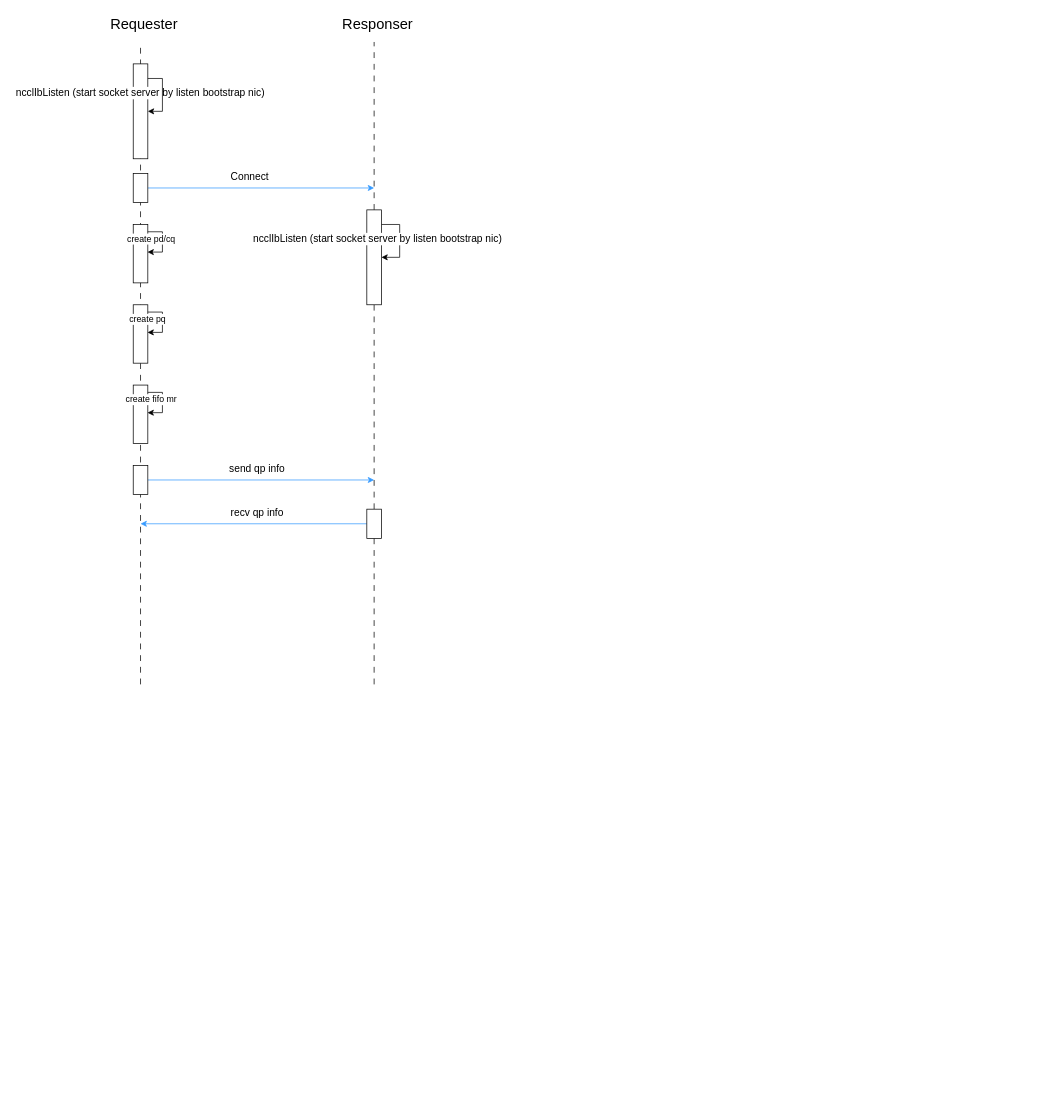
This is page "nccl-communication" (5 of 5) of infiniband.drawio from wehyy/my-world, a draw.io file, before an edit. Source tidied: cells renumbered, new cells numbered last; positions are measured from the earlier drawing's top-left corner, leaving out a move shared by most shapes. Both pictures are drawn from the tidied source at 73%, with x=0, y=0 at pixel (12, 12).
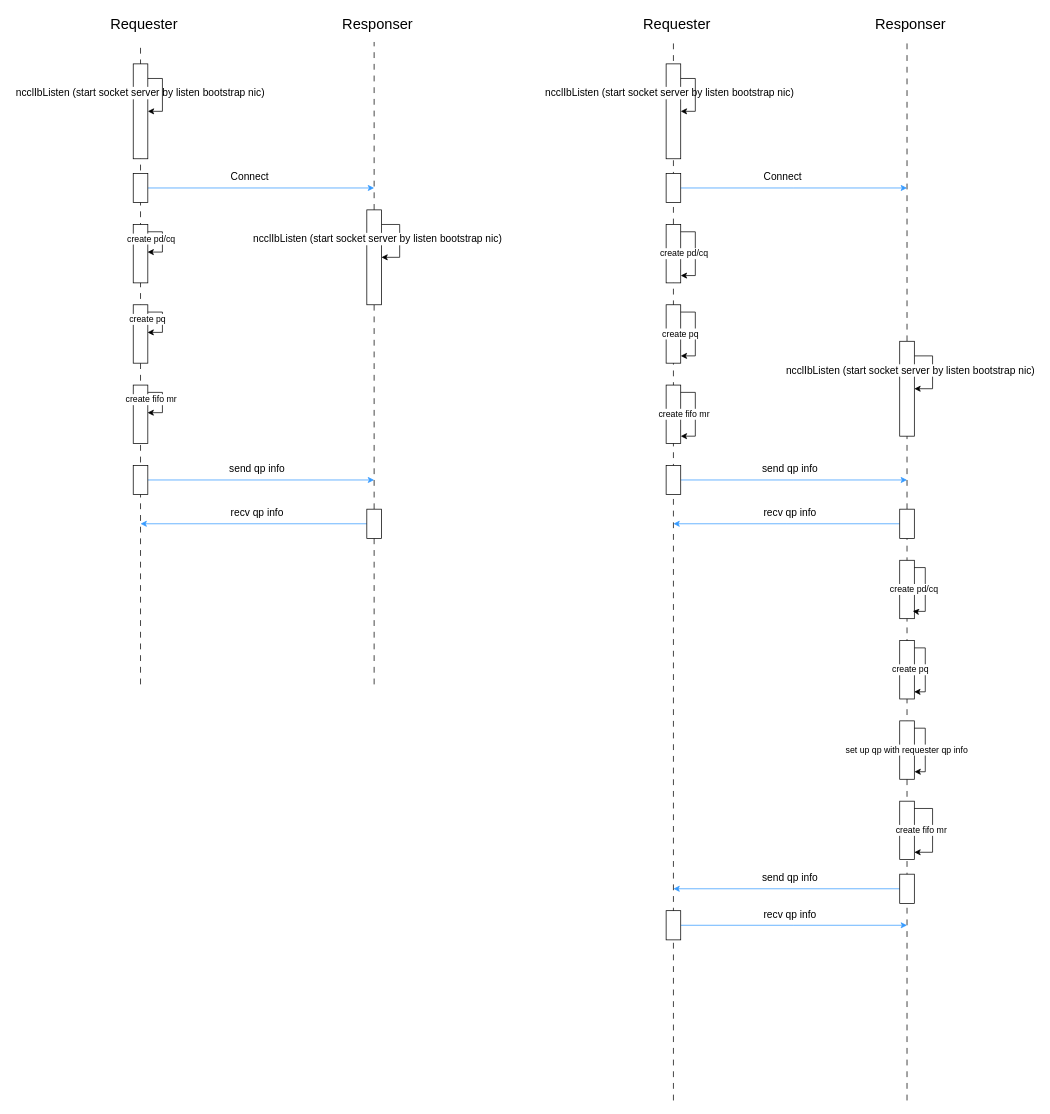
The same page after the edit.

What changed in the source:
```diff
@@
+    <mxCell id="32" value="Requester" style="text;strokeColor=none;align=center;fillColor=none;html=1;verticalAlign=middle;whiteSpace=wrap;rounded=0;fontFamily=Helvetica;fontSize=20;fontColor=default;labelBackgroundColor=none;" parent="1" vertex="1">
+      <mxGeometry x="845" width="130" height="30" as="geometry" />
+    </mxCell>
+    <mxCell id="33" value="Responser" style="text;strokeColor=none;align=center;fillColor=none;html=1;verticalAlign=middle;whiteSpace=wrap;rounded=0;fontFamily=Helvetica;fontSize=20;fontColor=default;labelBackgroundColor=none;" parent="1" vertex="1">
+      <mxGeometry x="1165" width="130" height="30" as="geometry" />
+    </mxCell>
+    <mxCell id="34" style="endArrow=none;html=1;rounded=0;strokeColor=#000000;align=center;verticalAlign=middle;fontFamily=Helvetica;fontSize=24;fontColor=default;labelBackgroundColor=none;fillColor=#dae8fc;dashed=1;dashPattern=8 8;" parent="1" edge="1">
+      <mxGeometry relative="1" as="geometry">
+        <mxPoint x="905" y="1490" as="sourcePoint" />
+        <mxPoint x="905" y="40" as="targetPoint" />
+      </mxGeometry>
+    </mxCell>
+    <mxCell id="35" style="endArrow=none;html=1;rounded=0;strokeColor=#000000;align=center;verticalAlign=middle;fontFamily=Helvetica;fontSize=24;fontColor=default;labelBackgroundColor=none;fillColor=#dae8fc;dashed=1;dashPattern=8 8;" parent="1" edge="1" source="56">
+      <mxGeometry relative="1" as="geometry">
+        <mxPoint x="1225" y="40" as="targetPoint" />
+      </mxGeometry>
+    </mxCell>
+    <mxCell id="36" style="rounded=0;whiteSpace=wrap;html=1;align=center;verticalAlign=middle;fontFamily=Helvetica;fontSize=20;labelBackgroundColor=none;" parent="1" vertex="1">
+      <mxGeometry x="895" y="70" width="20" height="130" as="geometry" />
+    </mxCell>
+    <mxCell id="37" value="ncclIbListen (start socket server by listen bootstrap nic)" style="text;strokeColor=none;align=center;fillColor=none;html=1;verticalAlign=middle;whiteSpace=wrap;rounded=0;fontFamily=Helvetica;fontSize=14;fontColor=default;labelBackgroundColor=default;labelBorderColor=none;" parent="1" vertex="1">
+      <mxGeometry x="725" y="100" width="350" height="20" as="geometry" />
+    </mxCell>
+    <mxCell id="38" style="edgeStyle=orthogonalEdgeStyle;rounded=0;orthogonalLoop=1;jettySize=auto;html=1;entryX=1;entryY=0.5;entryDx=0;entryDy=0;strokeColor=#000000;align=center;verticalAlign=middle;fontFamily=Helvetica;fontSize=14;fontColor=default;labelBackgroundColor=none;endArrow=classic;fillColor=#dae8fc;" parent="1" edge="1" source="36" target="36">
+      <mxGeometry relative="1" as="geometry">
+        <Array as="points">
+          <mxPoint x="935" y="90" />
+          <mxPoint x="935" y="135" />
+        </Array>
+      </mxGeometry>
+    </mxCell>
+    <mxCell id="39" style="edgeStyle=orthogonalEdgeStyle;rounded=0;jettySize=auto;html=1;strokeColor=#3399FF;align=center;verticalAlign=middle;fontFamily=Helvetica;fontSize=14;fontColor=default;labelBackgroundColor=none;endArrow=classic;fillColor=#dae8fc;" parent="1" edge="1" source="40">
+      <mxGeometry relative="1" as="geometry">
+        <mxPoint x="1225" y="240" as="targetPoint" />
+      </mxGeometry>
+    </mxCell>
+    <mxCell id="40" style="rounded=0;whiteSpace=wrap;html=1;align=center;verticalAlign=middle;fontFamily=Helvetica;fontSize=20;labelBackgroundColor=none;" parent="1" vertex="1">
+      <mxGeometry x="895" y="220" width="20" height="40" as="geometry" />
+    </mxCell>
+    <mxCell id="41" style="rounded=0;whiteSpace=wrap;html=1;align=center;verticalAlign=middle;fontFamily=Helvetica;fontSize=20;labelBackgroundColor=none;" parent="1" vertex="1">
+      <mxGeometry x="895" y="290" width="20" height="80" as="geometry" />
+    </mxCell>
+    <mxCell id="42" value="Connect" style="text;strokeColor=none;align=center;fillColor=none;html=1;verticalAlign=middle;whiteSpace=wrap;rounded=0;fontFamily=Helvetica;fontSize=14;fontColor=default;labelBackgroundColor=none;" parent="1" vertex="1">
+      <mxGeometry x="1025" y="210" width="60" height="30" as="geometry" />
+    </mxCell>
+    <mxCell id="43" style="edgeStyle=orthogonalEdgeStyle;rounded=0;orthogonalLoop=1;jettySize=auto;html=1;" parent="1" edge="1" source="41" target="41">
+      <mxGeometry relative="1" as="geometry">
+        <Array as="points">
+          <mxPoint x="935" y="300" />
+          <mxPoint x="935" y="360" />
+        </Array>
+      </mxGeometry>
+    </mxCell>
+    <mxCell id="44" style="rounded=0;whiteSpace=wrap;html=1;align=center;verticalAlign=middle;fontFamily=Helvetica;fontSize=20;labelBackgroundColor=none;" parent="1" vertex="1">
+      <mxGeometry x="895" y="400" width="20" height="80" as="geometry" />
+    </mxCell>
+    <mxCell id="45" style="edgeStyle=orthogonalEdgeStyle;rounded=0;orthogonalLoop=1;jettySize=auto;html=1;" parent="1" edge="1" source="44" target="44">
+      <mxGeometry relative="1" as="geometry">
+        <Array as="points">
+          <mxPoint x="935" y="410" />
+          <mxPoint x="935" y="470" />
+        </Array>
+      </mxGeometry>
+    </mxCell>
+    <mxCell id="46" value="create pd/cq" style="text;strokeColor=none;align=center;fillColor=none;html=1;verticalAlign=middle;whiteSpace=wrap;rounded=0;labelBackgroundColor=default;" parent="1" vertex="1">
+      <mxGeometry x="885" y="320" width="70" height="20" as="geometry" />
+    </mxCell>
+    <mxCell id="47" value="create pq" style="text;strokeColor=none;align=center;fillColor=none;html=1;verticalAlign=middle;whiteSpace=wrap;rounded=0;labelBackgroundColor=default;" parent="1" vertex="1">
+      <mxGeometry x="875" y="430" width="80" height="20" as="geometry" />
+    </mxCell>
+    <mxCell id="48" style="rounded=0;whiteSpace=wrap;html=1;align=center;verticalAlign=middle;fontFamily=Helvetica;fontSize=20;labelBackgroundColor=none;" parent="1" vertex="1">
+      <mxGeometry x="895" y="510" width="20" height="80" as="geometry" />
+    </mxCell>
+    <mxCell id="49" style="edgeStyle=orthogonalEdgeStyle;rounded=0;orthogonalLoop=1;jettySize=auto;html=1;" parent="1" edge="1" source="48" target="48">
+      <mxGeometry relative="1" as="geometry">
+        <Array as="points">
+          <mxPoint x="935" y="520" />
+          <mxPoint x="935" y="580" />
+        </Array>
+      </mxGeometry>
+    </mxCell>
+    <mxCell id="50" value="create fifo mr" style="text;strokeColor=none;align=center;fillColor=none;html=1;verticalAlign=middle;whiteSpace=wrap;rounded=0;labelBackgroundColor=default;" parent="1" vertex="1">
+      <mxGeometry x="875" y="540" width="90" height="20" as="geometry" />
+    </mxCell>
+    <mxCell id="51" style="edgeStyle=orthogonalEdgeStyle;rounded=0;jettySize=auto;html=1;strokeColor=#3399FF;align=center;verticalAlign=middle;fontFamily=Helvetica;fontSize=14;fontColor=default;labelBackgroundColor=none;endArrow=classic;fillColor=#dae8fc;" parent="1" edge="1" source="52">
+      <mxGeometry relative="1" as="geometry">
+        <mxPoint x="1225" y="640" as="targetPoint" />
+      </mxGeometry>
+    </mxCell>
+    <mxCell id="52" style="rounded=0;whiteSpace=wrap;html=1;align=center;verticalAlign=middle;fontFamily=Helvetica;fontSize=20;labelBackgroundColor=none;" parent="1" vertex="1">
+      <mxGeometry x="895" y="620" width="20" height="40" as="geometry" />
+    </mxCell>
+    <mxCell id="53" value="send qp info" style="text;strokeColor=none;align=center;fillColor=none;html=1;verticalAlign=middle;whiteSpace=wrap;rounded=0;fontFamily=Helvetica;fontSize=14;fontColor=default;labelBackgroundColor=none;" parent="1" vertex="1">
+      <mxGeometry x="1025" y="610" width="80" height="30" as="geometry" />
+    </mxCell>
+    <mxCell id="54" style="edgeStyle=orthogonalEdgeStyle;rounded=0;orthogonalLoop=1;jettySize=auto;html=1;entryX=1;entryY=0.5;entryDx=0;entryDy=0;strokeColor=#000000;align=center;verticalAlign=middle;fontFamily=Helvetica;fontSize=14;fontColor=default;labelBackgroundColor=none;endArrow=classic;fillColor=#dae8fc;" parent="1" edge="1" source="56" target="56">
+      <mxGeometry relative="1" as="geometry">
+        <Array as="points">
+          <mxPoint x="1260" y="470" />
+          <mxPoint x="1260" y="515" />
+        </Array>
+      </mxGeometry>
+    </mxCell>
+    <mxCell id="55" style="endArrow=none;html=1;rounded=0;strokeColor=#000000;align=center;verticalAlign=middle;fontFamily=Helvetica;fontSize=24;fontColor=default;labelBackgroundColor=none;fillColor=#dae8fc;dashed=1;dashPattern=8 8;" parent="1" edge="1" source="60" target="56">
+      <mxGeometry relative="1" as="geometry" />
+    </mxCell>
+    <mxCell id="56" style="rounded=0;whiteSpace=wrap;html=1;align=center;verticalAlign=middle;fontFamily=Helvetica;fontSize=20;labelBackgroundColor=none;" parent="1" vertex="1">
+      <mxGeometry x="1215" y="450" width="20" height="130" as="geometry" />
+    </mxCell>
+    <mxCell id="57" value="ncclIbListen (start socket server by listen bootstrap nic)" style="text;strokeColor=none;align=center;fillColor=none;html=1;verticalAlign=middle;whiteSpace=wrap;rounded=0;fontFamily=Helvetica;fontSize=14;fontColor=default;labelBackgroundColor=default;" parent="1" vertex="1">
+      <mxGeometry x="1055" y="480" width="350" height="20" as="geometry" />
+    </mxCell>
+    <mxCell id="58" style="endArrow=none;html=1;rounded=0;strokeColor=#000000;align=center;verticalAlign=middle;fontFamily=Helvetica;fontSize=24;fontColor=default;labelBackgroundColor=none;fillColor=#dae8fc;dashed=1;dashPattern=8 8;" parent="1" edge="1" target="60">
+      <mxGeometry relative="1" as="geometry">
+        <mxPoint x="1225" y="1490" as="sourcePoint" />
+      </mxGeometry>
+    </mxCell>
+    <mxCell id="59" style="edgeStyle=orthogonalEdgeStyle;rounded=0;jettySize=auto;html=1;fontColor=#3399FF;strokeColor=#3399FF;" parent="1" edge="1" source="60">
+      <mxGeometry relative="1" as="geometry">
+        <mxPoint x="905" y="700" as="targetPoint" />
+      </mxGeometry>
+    </mxCell>
+    <mxCell id="60" style="rounded=0;whiteSpace=wrap;html=1;align=center;verticalAlign=middle;fontFamily=Helvetica;fontSize=20;labelBackgroundColor=none;" parent="1" vertex="1">
+      <mxGeometry x="1215" y="680" width="20" height="40" as="geometry" />
+    </mxCell>
+    <mxCell id="61" value="recv qp info" style="text;strokeColor=none;align=center;fillColor=none;html=1;verticalAlign=middle;whiteSpace=wrap;rounded=0;fontFamily=Helvetica;fontSize=14;fontColor=default;labelBackgroundColor=none;" parent="1" vertex="1">
+      <mxGeometry x="1025" y="670" width="80" height="30" as="geometry" />
+    </mxCell>
+    <mxCell id="62" style="rounded=0;whiteSpace=wrap;html=1;align=center;verticalAlign=middle;fontFamily=Helvetica;fontSize=20;labelBackgroundColor=none;" parent="1" vertex="1">
+      <mxGeometry x="1215" y="750" width="20" height="80" as="geometry" />
+    </mxCell>
+    <mxCell id="63" style="edgeStyle=orthogonalEdgeStyle;rounded=0;orthogonalLoop=1;jettySize=auto;html=1;entryX=0.894;entryY=0.872;entryDx=0;entryDy=0;entryPerimeter=0;" parent="1" edge="1" source="62" target="62">
+      <mxGeometry relative="1" as="geometry">
+        <Array as="points">
+          <mxPoint x="1250" y="760" />
+          <mxPoint x="1250" y="820" />
+          <mxPoint x="1235" y="820" />
+        </Array>
+      </mxGeometry>
+    </mxCell>
+    <mxCell id="64" style="edgeStyle=orthogonalEdgeStyle;rounded=0;orthogonalLoop=1;jettySize=auto;html=1;entryX=0.992;entryY=0.878;entryDx=0;entryDy=0;entryPerimeter=0;" parent="1" edge="1" source="70" target="70">
+      <mxGeometry relative="1" as="geometry">
+        <Array as="points">
+          <mxPoint x="1250" y="870" />
+          <mxPoint x="1250" y="930" />
+          <mxPoint x="1235" y="930" />
+        </Array>
+      </mxGeometry>
+    </mxCell>
+    <mxCell id="65" value="create pd/cq" style="text;strokeColor=none;align=center;fillColor=none;html=1;verticalAlign=middle;whiteSpace=wrap;rounded=0;labelBackgroundColor=default;" parent="1" vertex="1">
+      <mxGeometry x="1200" y="780" width="70" height="20" as="geometry" />
+    </mxCell>
+    <mxCell id="66" style="rounded=0;whiteSpace=wrap;html=1;align=center;verticalAlign=middle;fontFamily=Helvetica;fontSize=20;labelBackgroundColor=none;" parent="1" vertex="1">
+      <mxGeometry x="1215" y="970" width="20" height="80" as="geometry" />
+    </mxCell>
+    <mxCell id="67" style="edgeStyle=orthogonalEdgeStyle;rounded=0;orthogonalLoop=1;jettySize=auto;html=1;entryX=1.01;entryY=0.871;entryDx=0;entryDy=0;entryPerimeter=0;" parent="1" edge="1" source="66" target="66">
+      <mxGeometry relative="1" as="geometry">
+        <Array as="points">
+          <mxPoint x="1250" y="980" />
+          <mxPoint x="1250" y="1040" />
+          <mxPoint x="1235" y="1040" />
+        </Array>
+      </mxGeometry>
+    </mxCell>
+    <mxCell id="68" value="set up qp with requester qp info" style="text;strokeColor=none;align=center;fillColor=none;html=1;verticalAlign=middle;whiteSpace=wrap;rounded=0;labelBackgroundColor=default;" parent="1" vertex="1">
+      <mxGeometry x="1130" y="1000" width="190" height="20" as="geometry" />
+    </mxCell>
+    <mxCell id="69" style="endArrow=none;html=1;rounded=0;strokeColor=#000000;align=center;verticalAlign=middle;fontFamily=Helvetica;fontSize=24;fontColor=default;labelBackgroundColor=none;fillColor=#dae8fc;dashed=1;dashPattern=8 8;" parent="1" edge="1" target="70">
+      <mxGeometry relative="1" as="geometry">
+        <mxPoint x="1225" y="930" as="sourcePoint" />
+      </mxGeometry>
+    </mxCell>
+    <mxCell id="70" style="rounded=0;whiteSpace=wrap;html=1;align=center;verticalAlign=middle;fontFamily=Helvetica;fontSize=20;labelBackgroundColor=none;" parent="1" vertex="1">
+      <mxGeometry x="1215" y="860" width="20" height="80" as="geometry" />
+    </mxCell>
+    <mxCell id="71" value="create pq" style="text;strokeColor=none;align=center;fillColor=none;html=1;verticalAlign=middle;whiteSpace=wrap;rounded=0;labelBackgroundColor=default;" parent="1" vertex="1">
+      <mxGeometry x="1190" y="890" width="80" height="20" as="geometry" />
+    </mxCell>
+    <mxCell id="72" style="rounded=0;whiteSpace=wrap;html=1;align=center;verticalAlign=middle;fontFamily=Helvetica;fontSize=20;labelBackgroundColor=none;" parent="1" vertex="1">
+      <mxGeometry x="1215" y="1080" width="20" height="80" as="geometry" />
+    </mxCell>
+    <mxCell id="73" style="edgeStyle=orthogonalEdgeStyle;rounded=0;orthogonalLoop=1;jettySize=auto;html=1;" parent="1" edge="1" source="72" target="72">
+      <mxGeometry relative="1" as="geometry">
+        <Array as="points">
+          <mxPoint x="1260" y="1090" />
+          <mxPoint x="1260" y="1150" />
+        </Array>
+      </mxGeometry>
+    </mxCell>
+    <mxCell id="74" value="create fifo mr" style="text;strokeColor=none;align=center;fillColor=none;html=1;verticalAlign=middle;whiteSpace=wrap;rounded=0;labelBackgroundColor=default;" parent="1" vertex="1">
+      <mxGeometry x="1200" y="1110" width="90" height="20" as="geometry" />
+    </mxCell>
+    <mxCell id="75" style="edgeStyle=orthogonalEdgeStyle;rounded=0;jettySize=auto;html=1;fontColor=#3399FF;strokeColor=#3399FF;" parent="1" edge="1" source="76">
+      <mxGeometry relative="1" as="geometry">
+        <mxPoint x="905" y="1200" as="targetPoint" />
+      </mxGeometry>
+    </mxCell>
+    <mxCell id="76" style="rounded=0;whiteSpace=wrap;html=1;align=center;verticalAlign=middle;fontFamily=Helvetica;fontSize=20;labelBackgroundColor=none;" parent="1" vertex="1">
+      <mxGeometry x="1215" y="1180" width="20" height="40" as="geometry" />
+    </mxCell>
+    <mxCell id="77" value="send qp info" style="text;strokeColor=none;align=center;fillColor=none;html=1;verticalAlign=middle;whiteSpace=wrap;rounded=0;fontFamily=Helvetica;fontSize=14;fontColor=default;labelBackgroundColor=none;" parent="1" vertex="1">
+      <mxGeometry x="1025" y="1170" width="80" height="30" as="geometry" />
+    </mxCell>
+    <mxCell id="78" style="edgeStyle=orthogonalEdgeStyle;rounded=0;jettySize=auto;html=1;strokeColor=#3399FF;align=center;verticalAlign=middle;fontFamily=Helvetica;fontSize=14;fontColor=default;labelBackgroundColor=none;endArrow=classic;fillColor=#dae8fc;" parent="1" edge="1" source="79">
+      <mxGeometry relative="1" as="geometry">
+        <mxPoint x="1225" y="1250" as="targetPoint" />
+      </mxGeometry>
+    </mxCell>
+    <mxCell id="79" style="rounded=0;whiteSpace=wrap;html=1;align=center;verticalAlign=middle;fontFamily=Helvetica;fontSize=20;labelBackgroundColor=none;" parent="1" vertex="1">
+      <mxGeometry x="895" y="1230" width="20" height="40" as="geometry" />
+    </mxCell>
+    <mxCell id="80" value="recv qp info" style="text;strokeColor=none;align=center;fillColor=none;html=1;verticalAlign=middle;whiteSpace=wrap;rounded=0;fontFamily=Helvetica;fontSize=14;fontColor=default;labelBackgroundColor=none;" parent="1" vertex="1">
+      <mxGeometry x="1025" y="1220" width="80" height="30" as="geometry" />
+    </mxCell>
```
